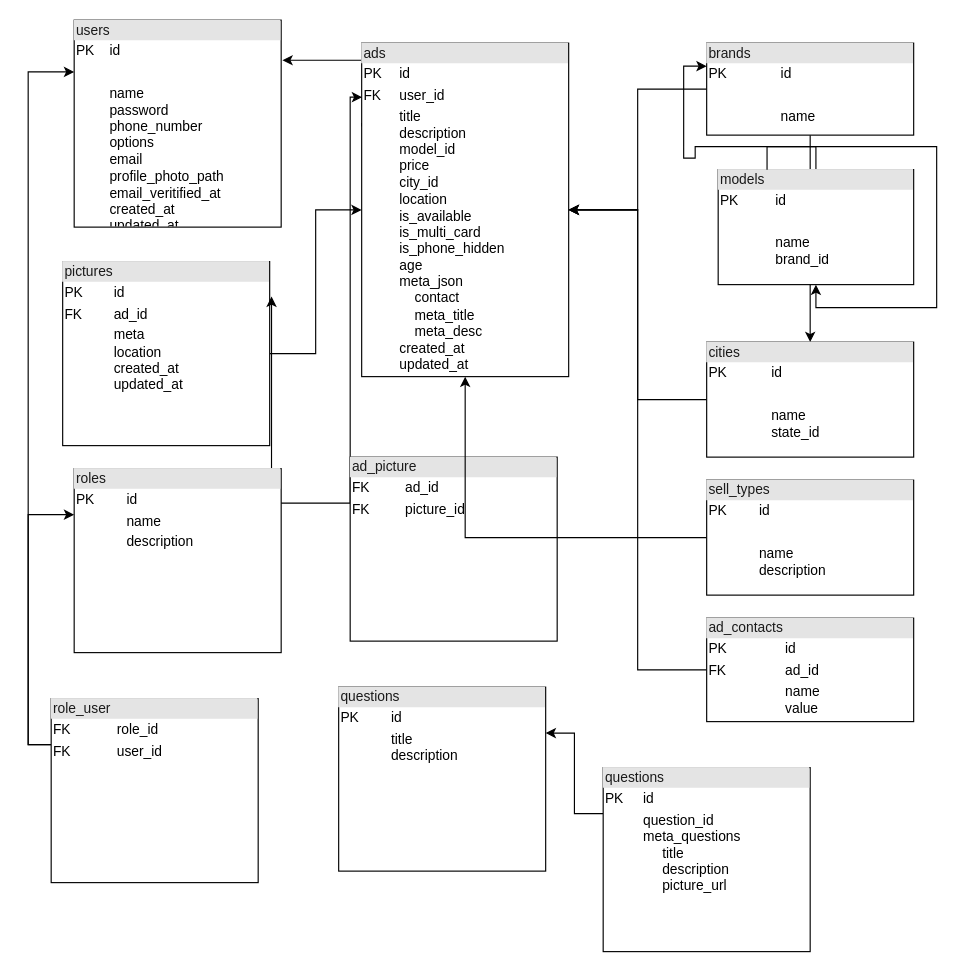
The draw.io diagram diagrams.dio in Mdhesari/devicechi, before the edit. Source tidied: cells renumbered, new cells numbered last; positions are measured from the earlier drawing's top-left corner, leaving out a move shared by most shapes. Both pictures are drawn from the tidied source at 115%, with x=0, y=0 at pixel (51, 20).
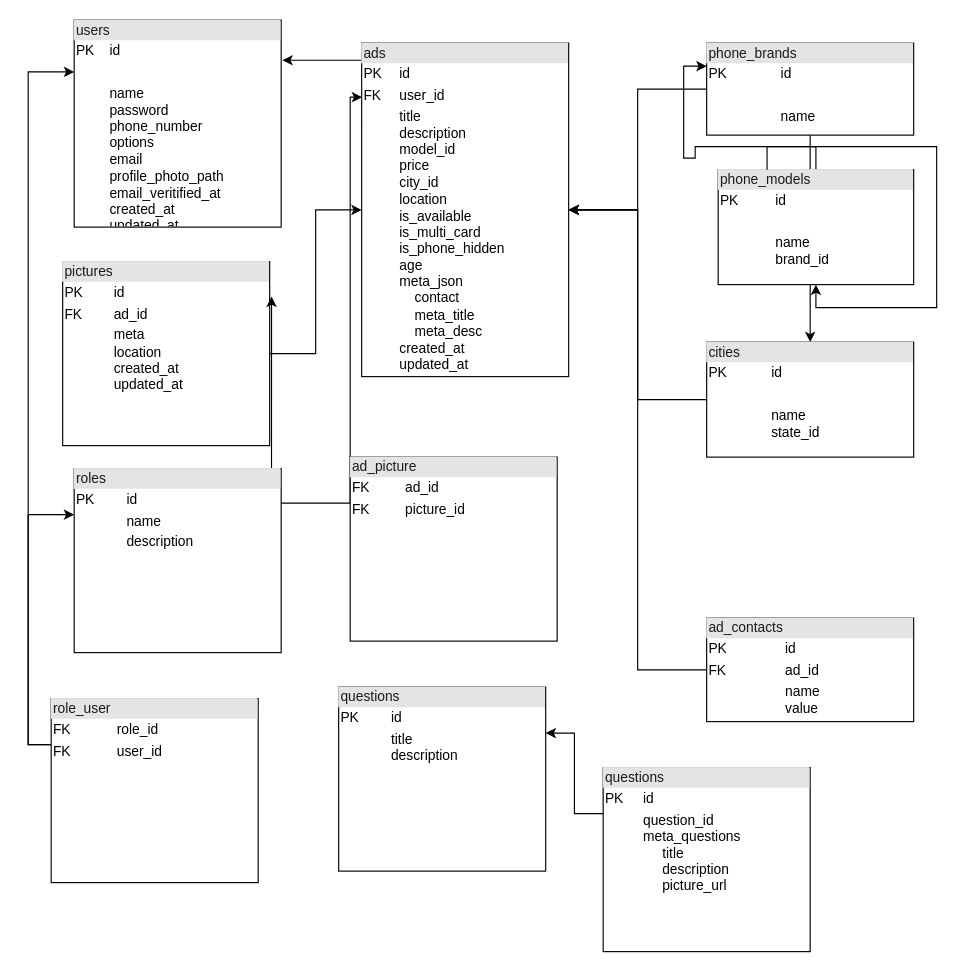
The same page after the edit.

The change refers to these unchanged cells:
```xml
<mxCell id="4" value="&lt;div style=&quot;box-sizing: border-box ; width: 100% ; background: #e4e4e4 ; padding: 2px&quot;&gt;&lt;font color=&quot;#1a1a1a&quot;&gt;ads&lt;/font&gt;&lt;/div&gt;&lt;table style=&quot;width: 100% ; font-size: 1em&quot; cellpadding=&quot;2&quot; cellspacing=&quot;0&quot;&gt;&lt;tbody&gt;&lt;tr&gt;&lt;td&gt;PK&lt;/td&gt;&lt;td&gt;id&lt;/td&gt;&lt;/tr&gt;&lt;tr&gt;&lt;td&gt;FK&lt;/td&gt;&lt;td&gt;user_id&lt;/td&gt;&lt;/tr&gt;&lt;tr&gt;&lt;td&gt;&lt;/td&gt;&lt;td&gt;title&lt;br&gt;description&lt;br&gt;model_id&lt;br&gt;price&lt;br&gt;city_id&lt;br&gt;location&lt;br&gt;is_available&lt;br&gt;is_multi_card&lt;br&gt;is_phone_hidden&lt;br&gt;age&lt;br&gt;meta_json&lt;br&gt;&amp;nbsp; &amp;nbsp; contact&lt;br&gt;&amp;nbsp; &amp;nbsp; meta_title&lt;br&gt;&amp;nbsp; &amp;nbsp; meta_desc&lt;br&gt;created_at&lt;br&gt;updated_at&lt;/td&gt;&lt;/tr&gt;&lt;/tbody&gt;&lt;/table&gt;" style="verticalAlign=top;align=left;overflow=fill;html=1;" parent="1" vertex="1">
  <mxGeometry x="270" y="20" width="180" height="290" as="geometry" />
</mxCell>
```

The edit, as a diff of the source:
```diff
@@
-    <mxCell id="16" value="&lt;div style=&quot;box-sizing: border-box ; width: 100% ; background: #e4e4e4 ; padding: 2px&quot;&gt;&lt;font color=&quot;#1a1a1a&quot;&gt;brands&lt;/font&gt;&lt;/div&gt;&lt;table style=&quot;width: 100% ; font-size: 1em&quot; cellpadding=&quot;2&quot; cellspacing=&quot;0&quot;&gt;&lt;tbody&gt;&lt;tr&gt;&lt;td&gt;PK&lt;/td&gt;&lt;td&gt;id&lt;/td&gt;&lt;/tr&gt;&lt;tr&gt;&lt;td&gt;&lt;br&gt;&lt;/td&gt;&lt;td&gt;&lt;br&gt;&lt;/td&gt;&lt;/tr&gt;&lt;tr&gt;&lt;td&gt;&lt;/td&gt;&lt;td&gt;name&amp;nbsp;&lt;br&gt;&lt;/td&gt;&lt;/tr&gt;&lt;/tbody&gt;&lt;/table&gt;" style="verticalAlign=top;align=left;overflow=fill;html=1;" parent="1" vertex="1">
+    <mxCell id="16" value="&lt;div style=&quot;box-sizing: border-box ; width: 100% ; background: #e4e4e4 ; padding: 2px&quot;&gt;&lt;font color=&quot;#1a1a1a&quot;&gt;phone_&lt;/font&gt;&lt;span style=&quot;color: rgb(26 , 26 , 26)&quot;&gt;brands&lt;/span&gt;&lt;/div&gt;&lt;table style=&quot;width: 100% ; font-size: 1em&quot; cellpadding=&quot;2&quot; cellspacing=&quot;0&quot;&gt;&lt;tbody&gt;&lt;tr&gt;&lt;td&gt;PK&lt;/td&gt;&lt;td&gt;id&lt;/td&gt;&lt;/tr&gt;&lt;tr&gt;&lt;td&gt;&lt;br&gt;&lt;/td&gt;&lt;td&gt;&lt;br&gt;&lt;/td&gt;&lt;/tr&gt;&lt;tr&gt;&lt;td&gt;&lt;/td&gt;&lt;td&gt;name&amp;nbsp;&lt;br&gt;&lt;/td&gt;&lt;/tr&gt;&lt;/tbody&gt;&lt;/table&gt;" style="verticalAlign=top;align=left;overflow=fill;html=1;" parent="1" vertex="1">
       <mxGeometry x="570" y="20" width="180" height="80" as="geometry" />
     </mxCell>
@@
-    <mxCell id="19" style="edgeStyle=orthogonalEdgeStyle;rounded=0;jettySize=auto;html=1;" parent="1" edge="1" source="20" target="4">
-      <mxGeometry relative="1" as="geometry" />
-    </mxCell>
-    <mxCell id="20" value="&lt;div style=&quot;box-sizing: border-box ; width: 100% ; background: #e4e4e4 ; padding: 2px&quot;&gt;&lt;font color=&quot;#1a1a1a&quot;&gt;sell_types&lt;/font&gt;&lt;/div&gt;&lt;table style=&quot;width: 100% ; font-size: 1em&quot; cellpadding=&quot;2&quot; cellspacing=&quot;0&quot;&gt;&lt;tbody&gt;&lt;tr&gt;&lt;td&gt;PK&lt;/td&gt;&lt;td&gt;id&lt;/td&gt;&lt;/tr&gt;&lt;tr&gt;&lt;td&gt;&lt;br&gt;&lt;/td&gt;&lt;td&gt;&lt;br&gt;&lt;/td&gt;&lt;/tr&gt;&lt;tr&gt;&lt;td&gt;&lt;/td&gt;&lt;td&gt;name&amp;nbsp;&lt;br&gt;description&lt;/td&gt;&lt;/tr&gt;&lt;/tbody&gt;&lt;/table&gt;" style="verticalAlign=top;align=left;overflow=fill;html=1;" parent="1" vertex="1">
-      <mxGeometry x="570" y="400" width="180" height="100" as="geometry" />
-    </mxCell>
@@
-    <mxCell id="24" value="&lt;div style=&quot;box-sizing: border-box ; width: 100% ; background: #e4e4e4 ; padding: 2px&quot;&gt;&lt;font color=&quot;#1a1a1a&quot;&gt;models&lt;/font&gt;&lt;/div&gt;&lt;table style=&quot;width: 100% ; font-size: 1em&quot; cellpadding=&quot;2&quot; cellspacing=&quot;0&quot;&gt;&lt;tbody&gt;&lt;tr&gt;&lt;td&gt;PK&lt;/td&gt;&lt;td&gt;id&lt;/td&gt;&lt;/tr&gt;&lt;tr&gt;&lt;td&gt;&lt;br&gt;&lt;/td&gt;&lt;td&gt;&lt;br&gt;&lt;/td&gt;&lt;/tr&gt;&lt;tr&gt;&lt;td&gt;&lt;/td&gt;&lt;td&gt;name&lt;br&gt;brand_id&lt;br&gt;&lt;br&gt;&amp;nbsp;&lt;br&gt;&lt;/td&gt;&lt;/tr&gt;&lt;/tbody&gt;&lt;/table&gt;" style="verticalAlign=top;align=left;overflow=fill;html=1;" parent="1" vertex="1">
+    <mxCell id="24" value="&lt;div style=&quot;box-sizing: border-box ; width: 100% ; background: #e4e4e4 ; padding: 2px&quot;&gt;&lt;font color=&quot;#1a1a1a&quot;&gt;phone_models&lt;/font&gt;&lt;/div&gt;&lt;table style=&quot;width: 100% ; font-size: 1em&quot; cellpadding=&quot;2&quot; cellspacing=&quot;0&quot;&gt;&lt;tbody&gt;&lt;tr&gt;&lt;td&gt;PK&lt;/td&gt;&lt;td&gt;id&lt;/td&gt;&lt;/tr&gt;&lt;tr&gt;&lt;td&gt;&lt;br&gt;&lt;/td&gt;&lt;td&gt;&lt;br&gt;&lt;/td&gt;&lt;/tr&gt;&lt;tr&gt;&lt;td&gt;&lt;/td&gt;&lt;td&gt;name&lt;br&gt;brand_id&lt;br&gt;&lt;br&gt;&amp;nbsp;&lt;br&gt;&lt;/td&gt;&lt;/tr&gt;&lt;/tbody&gt;&lt;/table&gt;" style="verticalAlign=top;align=left;overflow=fill;html=1;" parent="1" vertex="1">
       <mxGeometry x="580" y="130" width="170" height="100" as="geometry" />
     </mxCell>
```
